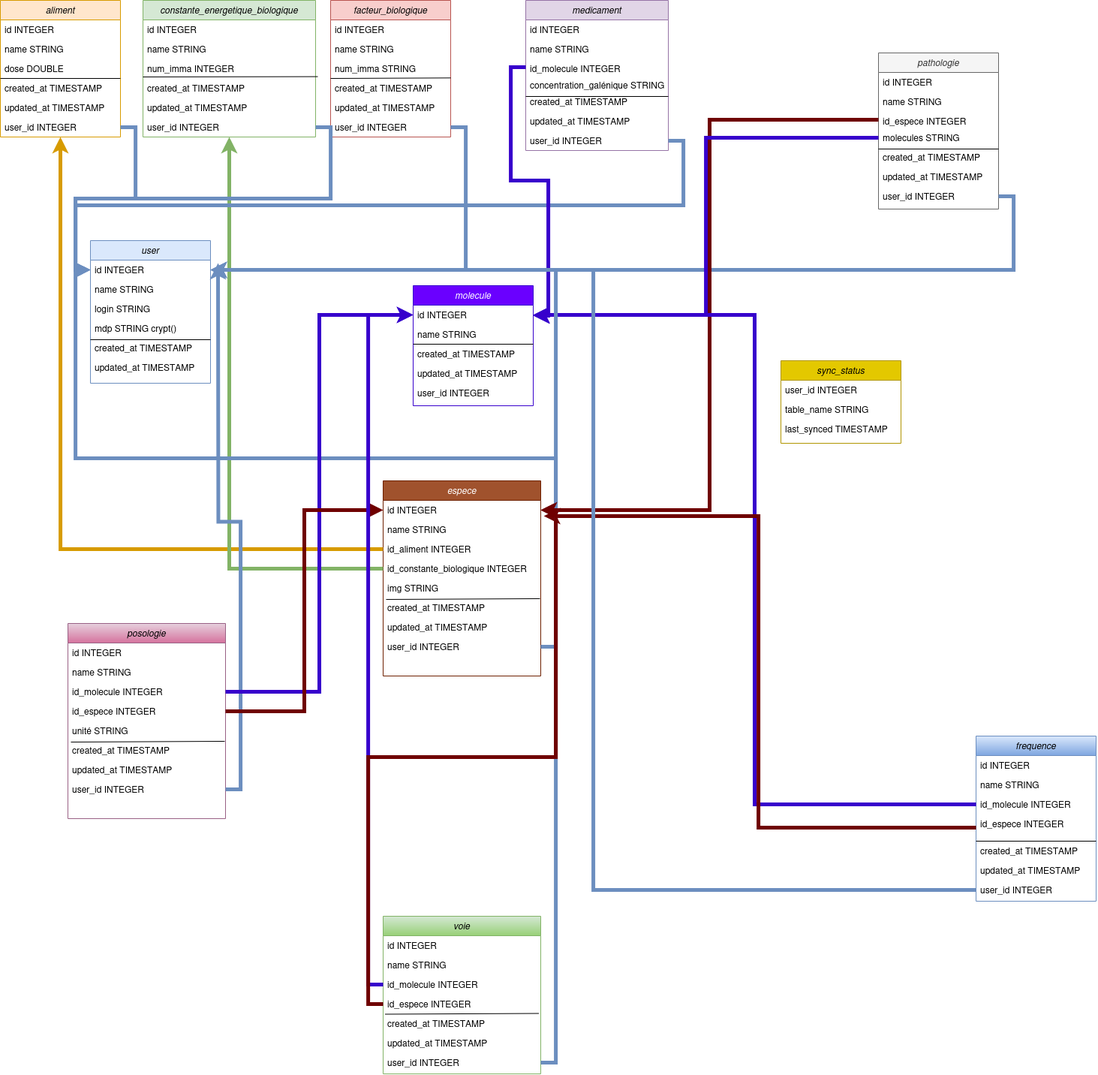
This is vetplan_schema_DBB.drawio.png from adrienCaminade/adrienCaminade, a draw.io export, as it was before one commit. Source tidied: cells renumbered, new cells last; positions are measured from the earlier drawing's top-left corner, leaving out a move shared by most shapes.
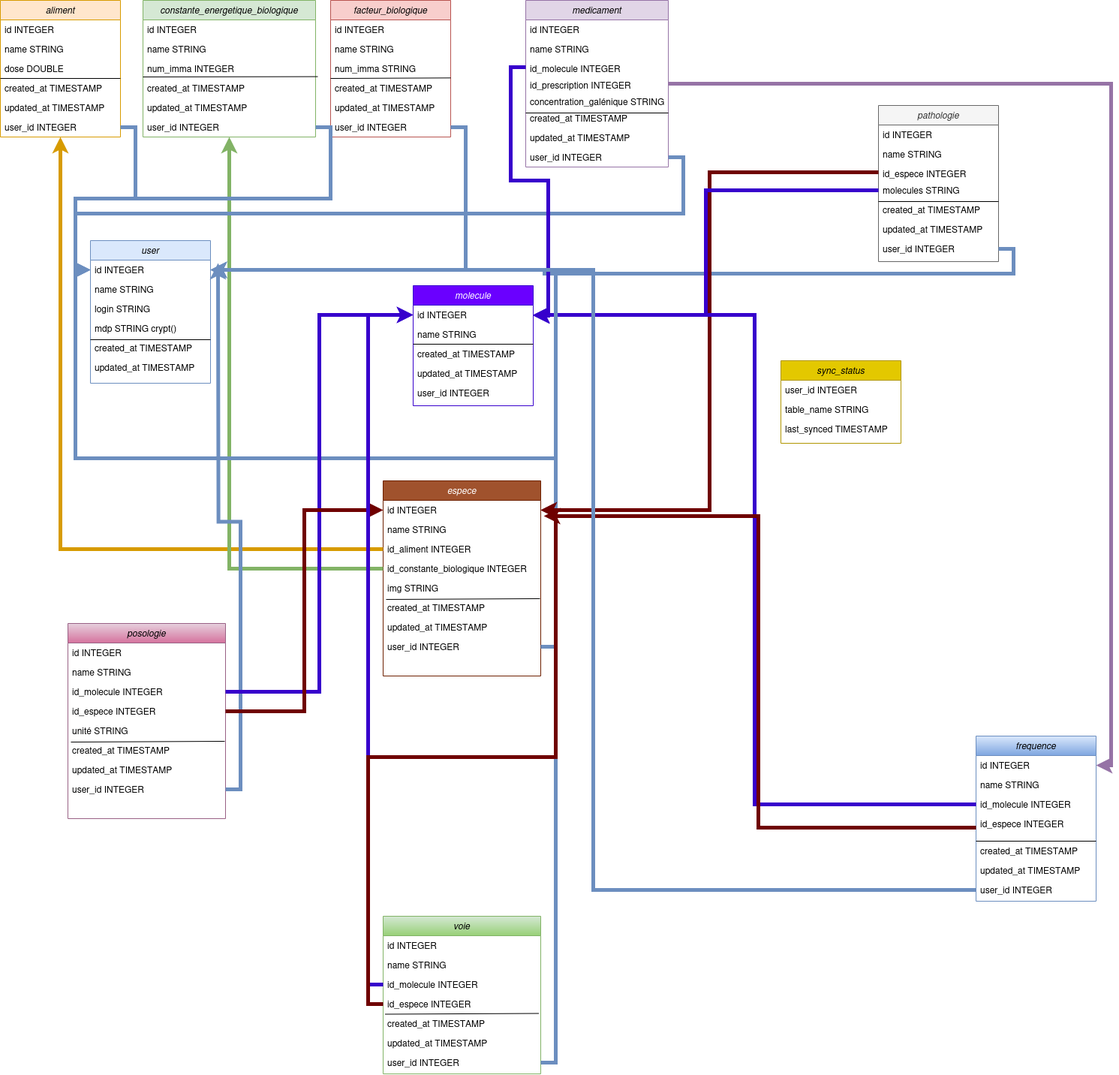
Above is the later version.

Diff of the diagram source:
```diff
@@ -112,7 +112,7 @@
       <mxGeometry relative="1" as="geometry" />
     </mxCell>
     <mxCell id="36" value="medicament" style="swimlane;fontStyle=2;align=center;verticalAlign=top;horizontal=1;startSize=26;rounded=0;shadow=0;strokeWidth=1;fillColor=#e1d5e7;strokeColor=#9673a6;" parent="1" vertex="1">
-      <mxGeometry x="700" width="190" height="200" as="geometry" />
+      <mxGeometry x="700" width="190" height="222" as="geometry" />
     </mxCell>
     <mxCell id="37" value="id INTEGER" style="text;align=left;verticalAlign=top;spacingLeft=4;spacingRight=4;overflow=hidden;" parent="36" vertex="1">
       <mxGeometry y="26" width="190" height="26" as="geometry" />
@@ -123,26 +123,23 @@
     <mxCell id="39" value="id_molecule INTEGER" style="text;align=left;verticalAlign=top;spacingLeft=4;spacingRight=4;overflow=hidden;points=[[0,0.5],[1,0.5]];portConstraint=eastwest;rounded=0;shadow=0;html=0;" parent="36" vertex="1">
       <mxGeometry y="78" width="190" height="22" as="geometry" />
     </mxCell>
-    <mxCell id="40" value="concentration_galénique STRING" style="text;align=left;verticalAlign=top;spacingLeft=4;spacingRight=4;overflow=hidden;points=[[0,0.5],[1,0.5]];portConstraint=eastwest;rounded=0;shadow=0;html=0;" parent="36" vertex="1">
+    <mxCell id="40" value="id_prescription INTEGER" style="text;align=left;verticalAlign=top;spacingLeft=4;spacingRight=4;overflow=hidden;points=[[0,0.5],[1,0.5]];portConstraint=eastwest;rounded=0;shadow=0;html=0;" parent="36" vertex="1">
       <mxGeometry y="100" width="190" height="22" as="geometry" />
     </mxCell>
-    <mxCell id="41" style="endArrow=none;html=1;rounded=0;" parent="36" edge="1">
-      <mxGeometry relative="1" as="geometry">
-        <mxPoint y="128" as="sourcePoint" />
-        <mxPoint x="190" y="128" as="targetPoint" />
-      </mxGeometry>
-    </mxCell>
+    <mxCell id="121" value="concentration_galénique STRING" style="text;align=left;verticalAlign=top;spacingLeft=4;spacingRight=4;overflow=hidden;rounded=0;shadow=0;html=0;" parent="36" vertex="1">
+      <mxGeometry y="122" width="190" height="22" as="geometry" />
+    </mxCell>
     <mxCell id="42" value="created_at TIMESTAMP" style="text;align=left;verticalAlign=top;spacingLeft=4;spacingRight=4;overflow=hidden;rounded=0;shadow=0;html=0;" parent="36" vertex="1">
-      <mxGeometry y="122" width="190" height="26" as="geometry" />
+      <mxGeometry y="144" width="190" height="26" as="geometry" />
     </mxCell>
     <mxCell id="43" value="updated_at TIMESTAMP" style="text;align=left;verticalAlign=top;spacingLeft=4;spacingRight=4;overflow=hidden;rounded=0;shadow=0;html=0;" parent="36" vertex="1">
-      <mxGeometry y="148" width="190" height="26" as="geometry" />
+      <mxGeometry y="170" width="190" height="26" as="geometry" />
     </mxCell>
     <mxCell id="44" value="user_id INTEGER" style="text;align=left;verticalAlign=top;spacingLeft=4;spacingRight=4;overflow=hidden;points=[[0,0.5],[1,0.5]];portConstraint=eastwest;rounded=0;shadow=0;html=0;" parent="36" vertex="1">
-      <mxGeometry y="174" width="190" height="26" as="geometry" />
+      <mxGeometry y="196" width="190" height="26" as="geometry" />
     </mxCell>
     <mxCell id="45" value="pathologie" style="swimlane;fontStyle=2;align=center;verticalAlign=top;horizontal=1;startSize=26;rounded=0;shadow=0;strokeWidth=1;fillColor=#f5f5f5;fontColor=#333333;strokeColor=#666666;" parent="1" vertex="1">
-      <mxGeometry x="1170" y="70" width="160" height="208" as="geometry" />
+      <mxGeometry x="1170" y="140" width="160" height="208" as="geometry" />
     </mxCell>
     <mxCell id="46" value="id INTEGER" style="text;align=left;verticalAlign=top;spacingLeft=4;spacingRight=4;overflow=hidden;" parent="45" vertex="1">
       <mxGeometry y="26" width="160" height="26" as="geometry" />
@@ -386,5 +383,14 @@
     <mxCell id="120" style="edgeStyle=orthogonalEdgeStyle;rounded=0;jettySize=auto;html=1;entryX=1;entryY=0.5;entryDx=0;entryDy=0;strokeWidth=5;fillColor=#a20025;strokeColor=#6F0000;" parent="1" edge="1" source="113" target="27">
       <mxGeometry relative="1" as="geometry" />
     </mxCell>
+    <mxCell id="41" style="endArrow=none;html=1;rounded=0;" parent="1" edge="1">
+      <mxGeometry relative="1" as="geometry">
+        <mxPoint x="700" y="150" as="sourcePoint" />
+        <mxPoint x="890" y="150" as="targetPoint" />
+      </mxGeometry>
+    </mxCell>
+    <mxCell id="122" style="edgeStyle=orthogonalEdgeStyle;rounded=0;jettySize=auto;html=1;exitX=1;exitY=0.5;exitDx=0;exitDy=0;entryX=1;entryY=0.5;entryDx=0;entryDy=0;fillColor=#e1d5e7;strokeColor=#9673a6;strokeWidth=5;" parent="1" edge="1" source="40" target="85">
+      <mxGeometry relative="1" as="geometry" />
+    </mxCell>
   </root>
 </mxGraphModel>
```
